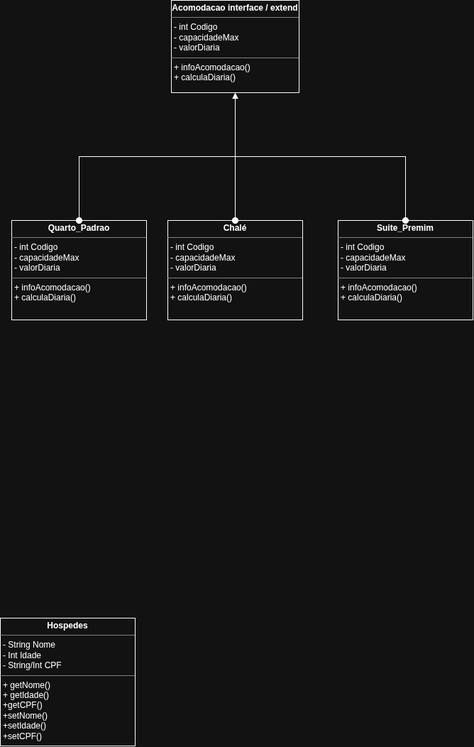
The draw.io diagram UML/HospeDjInn.drawio.png in Lucas-CC-UFFS/trabalho_2, before a commit. Source tidied: cells renumbered, new cells last; positions are measured from the earlier drawing's top-left corner, leaving out a move shared by most shapes.
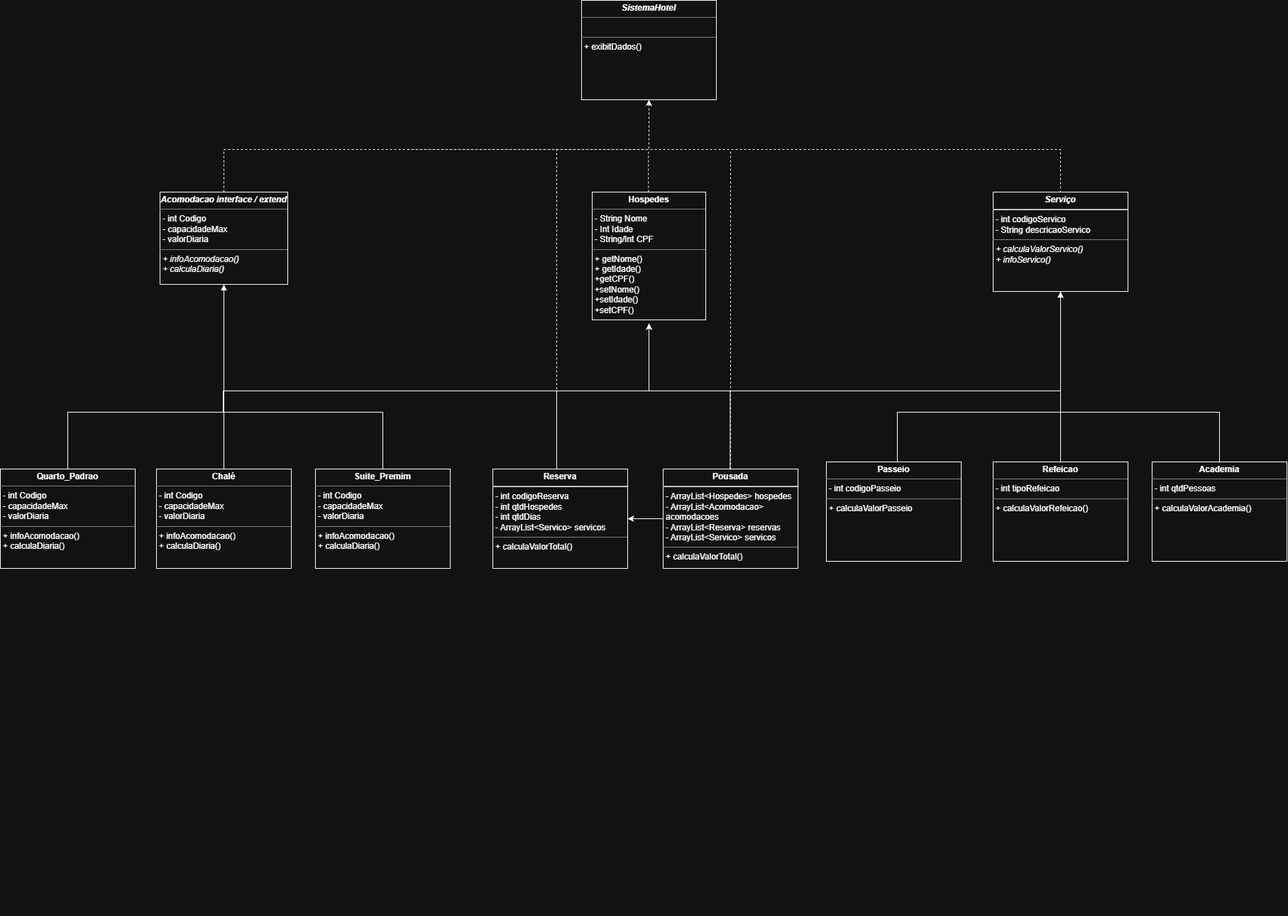
Above is the later version.

The edit, as a diff of the source:
```diff
@@ -3,28 +3,166 @@
     <mxCell id="0" />
     <mxCell id="1" parent="0" />
     <mxCell id="2" value="&lt;p style=&quot;margin:0px;margin-top:4px;text-align:center;&quot;&gt;&lt;b&gt;Hospedes&lt;/b&gt;&lt;/p&gt;&lt;hr size=&quot;1&quot; style=&quot;border-style:solid;&quot;&gt;&lt;p style=&quot;margin:0px;margin-left:4px;&quot;&gt;- String Nome&lt;br&gt;- Int Idade&lt;/p&gt;&lt;p style=&quot;margin:0px;margin-left:4px;&quot;&gt;- String/Int CPF&lt;/p&gt;&lt;hr size=&quot;1&quot; style=&quot;border-style:solid;&quot;&gt;&lt;p style=&quot;margin:0px;margin-left:4px;&quot;&gt;+ getNome()&lt;br&gt;+ getIdade()&lt;/p&gt;&lt;p style=&quot;margin:0px;margin-left:4px;&quot;&gt;+getCPF()&lt;/p&gt;&lt;p style=&quot;margin:0px;margin-left:4px;&quot;&gt;+setNome()&lt;/p&gt;&lt;p style=&quot;margin:0px;margin-left:4px;&quot;&gt;+setIdade()&lt;/p&gt;&lt;p style=&quot;margin:0px;margin-left:4px;&quot;&gt;+setCPF()&lt;/p&gt;" style="verticalAlign=top;align=left;overflow=fill;html=1;whiteSpace=wrap;" parent="1" vertex="1">
-      <mxGeometry y="870" width="190" height="180" as="geometry" />
+      <mxGeometry x="850" y="10" width="160" height="180" as="geometry" />
     </mxCell>
-    <mxCell id="3" value="&lt;p style=&quot;margin:0px;margin-top:4px;text-align:center;&quot;&gt;&lt;b&gt;Acomodacao interface / extend&lt;/b&gt;&lt;/p&gt;&lt;hr size=&quot;1&quot; style=&quot;border-style:solid;&quot;&gt;&lt;p style=&quot;margin:0px;margin-left:4px;&quot;&gt;- int Codigo&lt;br&gt;- capacidadeMax&lt;/p&gt;&lt;p style=&quot;margin:0px;margin-left:4px;&quot;&gt;- valorDiaria&lt;/p&gt;&lt;hr size=&quot;1&quot; style=&quot;border-style:solid;&quot;&gt;&lt;p style=&quot;margin:0px;margin-left:4px;&quot;&gt;+ infoAcomodacao()&lt;br&gt;+ calculaDiaria()&lt;/p&gt;" style="verticalAlign=top;align=left;overflow=fill;html=1;whiteSpace=wrap;" parent="1" vertex="1">
-      <mxGeometry x="241" width="180" height="130" as="geometry" />
+    <mxCell id="3" value="&lt;p style=&quot;margin:0px;margin-top:4px;text-align:center;&quot;&gt;&lt;b&gt;&lt;i&gt;Acomodacao interface / extend&lt;/i&gt;&lt;/b&gt;&lt;/p&gt;&lt;hr size=&quot;1&quot; style=&quot;border-style:solid;&quot;&gt;&lt;p style=&quot;margin:0px;margin-left:4px;&quot;&gt;- int Codigo&lt;br&gt;- capacidadeMax&lt;/p&gt;&lt;p style=&quot;margin:0px;margin-left:4px;&quot;&gt;- valorDiaria&lt;/p&gt;&lt;hr size=&quot;1&quot; style=&quot;border-style:solid;&quot;&gt;&lt;p style=&quot;margin:0px;margin-left:4px;&quot;&gt;&lt;i&gt;+ infoAcomodacao()&lt;br&gt;+ calculaDiaria()&lt;/i&gt;&lt;/p&gt;" style="verticalAlign=top;align=left;overflow=fill;html=1;whiteSpace=wrap;" parent="1" vertex="1">
+      <mxGeometry x="241" y="10" width="180" height="130" as="geometry" />
     </mxCell>
     <mxCell id="4" value="&lt;p style=&quot;margin:0px;margin-top:4px;text-align:center;&quot;&gt;&lt;b&gt;Quarto_Padrao&lt;/b&gt;&lt;/p&gt;&lt;hr size=&quot;1&quot; style=&quot;border-style:solid;&quot;&gt;&lt;p style=&quot;margin: 0px 0px 0px 4px;&quot;&gt;- int Codigo&lt;br&gt;- capacidadeMax&lt;/p&gt;&lt;p style=&quot;margin: 0px 0px 0px 4px;&quot;&gt;- valorDiaria&lt;/p&gt;&lt;hr size=&quot;1&quot; style=&quot;border-style:solid;&quot;&gt;&lt;p style=&quot;margin:0px;margin-left:4px;&quot;&gt;+ infoAcomodacao()&lt;br&gt;+ calculaDiaria()&lt;/p&gt;" style="verticalAlign=top;align=left;overflow=fill;html=1;whiteSpace=wrap;" parent="1" vertex="1">
-      <mxGeometry x="16" y="310" width="190" height="140" as="geometry" />
+      <mxGeometry x="16" y="400" width="190" height="140" as="geometry" />
     </mxCell>
-    <mxCell id="5" style="html=1;verticalAlign=bottom;startArrow=oval;startFill=1;endArrow=block;startSize=8;rounded=0;exitX=0.5;exitY=0;exitDx=0;exitDy=0;entryX=0.5;entryY=1;entryDx=0;entryDy=0;edgeStyle=orthogonalEdgeStyle;" parent="1" edge="1" source="4" target="3">
-      <mxGeometry relative="1" as="geometry" />
+    <mxCell id="5" style="html=1;verticalAlign=bottom;startArrow=none;startFill=0;endArrow=block;startSize=8;rounded=0;exitX=0.5;exitY=0;exitDx=0;exitDy=0;entryX=0.5;entryY=1;entryDx=0;entryDy=0;edgeStyle=orthogonalEdgeStyle;" parent="1" edge="1" source="4" target="3">
+      <mxGeometry relative="1" as="geometry">
+        <Array as="points">
+          <mxPoint x="111" y="320" />
+          <mxPoint x="331" y="320" />
+        </Array>
+      </mxGeometry>
     </mxCell>
     <mxCell id="6" value="&lt;p style=&quot;margin:0px;margin-top:4px;text-align:center;&quot;&gt;&lt;b&gt;Chalé&lt;/b&gt;&lt;/p&gt;&lt;hr size=&quot;1&quot; style=&quot;border-style:solid;&quot;&gt;&lt;p style=&quot;margin: 0px 0px 0px 4px;&quot;&gt;- int Codigo&lt;br&gt;- capacidadeMax&lt;/p&gt;&lt;p style=&quot;margin: 0px 0px 0px 4px;&quot;&gt;- valorDiaria&lt;/p&gt;&lt;hr size=&quot;1&quot; style=&quot;border-style:solid;&quot;&gt;&lt;p style=&quot;margin:0px;margin-left:4px;&quot;&gt;+ infoAcomodacao()&lt;br&gt;+ calculaDiaria()&lt;/p&gt;" style="verticalAlign=top;align=left;overflow=fill;html=1;whiteSpace=wrap;" parent="1" vertex="1">
-      <mxGeometry x="236" y="310" width="190" height="140" as="geometry" />
+      <mxGeometry x="236" y="400" width="190" height="140" as="geometry" />
     </mxCell>
-    <mxCell id="7" style="html=1;verticalAlign=bottom;startArrow=oval;startFill=1;endArrow=block;startSize=8;rounded=0;exitX=0.5;exitY=0;exitDx=0;exitDy=0;edgeStyle=orthogonalEdgeStyle;entryX=0.5;entryY=1;entryDx=0;entryDy=0;" parent="1" edge="1" source="6" target="3">
+    <mxCell id="7" style="html=1;verticalAlign=bottom;startArrow=none;startFill=0;endArrow=block;startSize=8;rounded=0;exitX=0.5;exitY=0;exitDx=0;exitDy=0;edgeStyle=orthogonalEdgeStyle;entryX=0.5;entryY=1;entryDx=0;entryDy=0;" parent="1" edge="1" source="6" target="3">
       <mxGeometry relative="1" as="geometry" />
     </mxCell>
     <mxCell id="8" value="&lt;p style=&quot;margin:0px;margin-top:4px;text-align:center;&quot;&gt;&lt;b&gt;Suite_Premim&lt;/b&gt;&lt;/p&gt;&lt;hr size=&quot;1&quot; style=&quot;border-style:solid;&quot;&gt;&lt;p style=&quot;margin: 0px 0px 0px 4px;&quot;&gt;- int Codigo&lt;br&gt;- capacidadeMax&lt;/p&gt;&lt;p style=&quot;margin: 0px 0px 0px 4px;&quot;&gt;- valorDiaria&lt;/p&gt;&lt;hr size=&quot;1&quot; style=&quot;border-style:solid;&quot;&gt;&lt;p style=&quot;margin:0px;margin-left:4px;&quot;&gt;+ infoAcomodacao()&lt;br&gt;+ calculaDiaria()&lt;/p&gt;" style="verticalAlign=top;align=left;overflow=fill;html=1;whiteSpace=wrap;" parent="1" vertex="1">
-      <mxGeometry x="476" y="310" width="190" height="140" as="geometry" />
+      <mxGeometry x="460" y="400" width="190" height="140" as="geometry" />
     </mxCell>
-    <mxCell id="9" style="html=1;verticalAlign=bottom;startArrow=oval;startFill=1;endArrow=block;startSize=8;rounded=0;exitX=0.5;exitY=0;exitDx=0;exitDy=0;edgeStyle=orthogonalEdgeStyle;entryX=0.5;entryY=1;entryDx=0;entryDy=0;" parent="1" edge="1" source="8" target="3">
-      <mxGeometry relative="1" as="geometry" />
+    <mxCell id="9" style="html=1;verticalAlign=bottom;startArrow=none;startFill=0;endArrow=block;startSize=8;rounded=0;exitX=0.5;exitY=0;exitDx=0;exitDy=0;edgeStyle=orthogonalEdgeStyle;entryX=0.5;entryY=1;entryDx=0;entryDy=0;" parent="1" edge="1" source="8" target="3">
+      <mxGeometry relative="1" as="geometry">
+        <Array as="points">
+          <mxPoint x="555" y="320" />
+          <mxPoint x="331" y="320" />
+        </Array>
+      </mxGeometry>
     </mxCell>
+    <mxCell id="10" value="&lt;p style=&quot;margin:0px;margin-top:4px;text-align:center;&quot;&gt;&lt;b&gt;&lt;i&gt;Serviço&lt;/i&gt;&lt;/b&gt;&lt;/p&gt;&lt;hr&gt;&lt;p style=&quot;margin: 0px 0px 0px 4px;&quot;&gt;- int codigoServico&lt;br&gt;&lt;/p&gt;&lt;p style=&quot;margin: 0px 0px 0px 4px;&quot;&gt;- String descricaoServico&lt;/p&gt;&lt;hr size=&quot;1&quot; style=&quot;border-style:solid;&quot;&gt;&lt;p style=&quot;margin:0px;margin-left:4px;&quot;&gt;&lt;i&gt;+ calculaValorServico()&lt;/i&gt;&lt;/p&gt;&lt;p style=&quot;margin:0px;margin-left:4px;&quot;&gt;&lt;i&gt;+ infoServico()&lt;/i&gt;&lt;/p&gt;" style="verticalAlign=top;align=left;overflow=fill;html=1;whiteSpace=wrap;" parent="1" vertex="1">
+      <mxGeometry x="1415" y="10" width="190" height="140" as="geometry" />
+    </mxCell>
+    <mxCell id="11" value="&lt;p style=&quot;margin:0px;margin-top:4px;text-align:center;&quot;&gt;&lt;b&gt;&lt;i&gt;SistemaHotel&lt;/i&gt;&lt;/b&gt;&lt;/p&gt;&lt;hr size=&quot;1&quot; style=&quot;border-style:solid;&quot;&gt;&lt;p style=&quot;margin: 0px 0px 0px 4px;&quot;&gt;&lt;br&gt;&lt;/p&gt;&lt;hr size=&quot;1&quot; style=&quot;border-style:solid;&quot;&gt;&lt;p style=&quot;margin:0px;margin-left:4px;&quot;&gt;+ exibitDados()&lt;/p&gt;" style="verticalAlign=top;align=left;overflow=fill;html=1;whiteSpace=wrap;" parent="1" vertex="1">
+      <mxGeometry x="835" y="-260" width="190" height="140" as="geometry" />
+    </mxCell>
+    <mxCell id="12" style="endArrow=classic;html=1;rounded=0;exitX=0.5;exitY=0;exitDx=0;exitDy=0;edgeStyle=orthogonalEdgeStyle;entryX=0.5;entryY=1;entryDx=0;entryDy=0;dashed=1;" parent="1" edge="1" source="3" target="11">
+      <mxGeometry relative="1" as="geometry">
+        <Array as="points">
+          <mxPoint x="331" y="-50" />
+          <mxPoint x="930" y="-50" />
+        </Array>
+      </mxGeometry>
+    </mxCell>
+    <mxCell id="13" style="endArrow=none;html=1;rounded=0;entryX=0.5;entryY=0;entryDx=0;entryDy=0;dashed=1;edgeStyle=orthogonalEdgeStyle;" parent="1" edge="1">
+      <mxGeometry relative="1" as="geometry">
+        <mxPoint x="590" y="-50" as="sourcePoint" />
+        <mxPoint x="1490" y="10" as="targetPoint" />
+        <Array as="points">
+          <mxPoint x="1510" y="-50" />
+          <mxPoint x="1510" y="10" />
+        </Array>
+      </mxGeometry>
+    </mxCell>
+    <mxCell id="14" value="&lt;p style=&quot;margin:0px;margin-top:4px;text-align:center;&quot;&gt;&lt;b&gt;Passeio&lt;/b&gt;&lt;/p&gt;&lt;hr size=&quot;1&quot; style=&quot;border-style:solid;&quot;&gt;&lt;p style=&quot;margin: 0px 0px 0px 4px;&quot;&gt;- int codigoPasseio&lt;/p&gt;&lt;hr size=&quot;1&quot; style=&quot;border-style:solid;&quot;&gt;&lt;p style=&quot;margin:0px;margin-left:4px;&quot;&gt;+ calculaValorPasseio&lt;/p&gt;" style="verticalAlign=top;align=left;overflow=fill;html=1;whiteSpace=wrap;" parent="1" vertex="1">
+      <mxGeometry x="1180" y="390" width="190" height="140" as="geometry" />
+    </mxCell>
+    <mxCell id="15" style="html=1;verticalAlign=bottom;startArrow=none;startFill=0;endArrow=none;startSize=8;rounded=0;edgeStyle=orthogonalEdgeStyle;endFill=0;" parent="1" edge="1">
+      <mxGeometry relative="1" as="geometry">
+        <mxPoint x="1280" y="390" as="sourcePoint" />
+        <mxPoint x="1520" y="320" as="targetPoint" />
+        <Array as="points">
+          <mxPoint x="1280" y="320" />
+          <mxPoint x="1500" y="320" />
+        </Array>
+      </mxGeometry>
+    </mxCell>
+    <mxCell id="16" value="&lt;p style=&quot;margin:0px;margin-top:4px;text-align:center;&quot;&gt;&lt;b&gt;Refeicao&lt;/b&gt;&lt;/p&gt;&lt;hr size=&quot;1&quot; style=&quot;border-style:solid;&quot;&gt;&lt;p style=&quot;margin: 0px 0px 0px 4px;&quot;&gt;- int tipoRefeicao&lt;/p&gt;&lt;hr size=&quot;1&quot; style=&quot;border-style:solid;&quot;&gt;&lt;p style=&quot;margin:0px;margin-left:4px;&quot;&gt;+ calculaValorRefeicao()&lt;/p&gt;" style="verticalAlign=top;align=left;overflow=fill;html=1;whiteSpace=wrap;" parent="1" vertex="1">
+      <mxGeometry x="1415" y="390" width="190" height="140" as="geometry" />
+    </mxCell>
+    <mxCell id="17" style="html=1;verticalAlign=bottom;startArrow=none;startFill=0;endArrow=classic;startSize=8;rounded=0;exitX=0.5;exitY=0;exitDx=0;exitDy=0;edgeStyle=orthogonalEdgeStyle;entryX=0.5;entryY=1;entryDx=0;entryDy=0;endFill=1;" parent="1" edge="1" source="16" target="10">
+      <mxGeometry relative="1" as="geometry" />
+    </mxCell>
+    <mxCell id="18" value="&lt;p style=&quot;margin:0px;margin-top:4px;text-align:center;&quot;&gt;&lt;b&gt;Academia&lt;/b&gt;&lt;/p&gt;&lt;hr size=&quot;1&quot; style=&quot;border-style:solid;&quot;&gt;&lt;p style=&quot;margin: 0px 0px 0px 4px;&quot;&gt;- int qtdPessoas&lt;/p&gt;&lt;hr size=&quot;1&quot; style=&quot;border-style:solid;&quot;&gt;&lt;p style=&quot;margin:0px;margin-left:4px;&quot;&gt;+ calculaValorAcademia()&lt;/p&gt;" style="verticalAlign=top;align=left;overflow=fill;html=1;whiteSpace=wrap;" parent="1" vertex="1">
+      <mxGeometry x="1639" y="390" width="190" height="140" as="geometry" />
+    </mxCell>
+    <mxCell id="19" style="html=1;verticalAlign=bottom;startArrow=none;startFill=0;endArrow=block;startSize=8;rounded=0;exitX=0.5;exitY=0;exitDx=0;exitDy=0;edgeStyle=orthogonalEdgeStyle;entryX=0.5;entryY=1;entryDx=0;entryDy=0;" parent="1" edge="1" source="18" target="10">
+      <mxGeometry relative="1" as="geometry">
+        <Array as="points">
+          <mxPoint x="1734" y="320" />
+          <mxPoint x="1510" y="320" />
+        </Array>
+      </mxGeometry>
+    </mxCell>
+    <mxCell id="20" style="edgeStyle=orthogonalEdgeStyle;rounded=0;orthogonalLoop=1;jettySize=auto;html=1;endArrow=none;endFill=0;" parent="1" edge="1">
+      <mxGeometry relative="1" as="geometry">
+        <mxPoint x="330" y="320" as="sourcePoint" />
+        <mxPoint x="1510" y="290" as="targetPoint" />
+        <Array as="points">
+          <mxPoint x="330" y="300" />
+          <mxPoint x="330" y="290" />
+        </Array>
+      </mxGeometry>
+    </mxCell>
+    <mxCell id="21" style="edgeStyle=orthogonalEdgeStyle;rounded=0;orthogonalLoop=1;jettySize=auto;html=1;exitX=0.5;exitY=0;exitDx=0;exitDy=0;endArrow=classic;endFill=1;startArrow=none;startFill=0;" parent="1" edge="1">
+      <mxGeometry relative="1" as="geometry">
+        <mxPoint x="800" y="400" as="sourcePoint" />
+        <mxPoint x="930" y="195" as="targetPoint" />
+        <Array as="points">
+          <mxPoint x="800" y="290" />
+          <mxPoint x="930" y="290" />
+          <mxPoint x="930" y="195" />
+        </Array>
+      </mxGeometry>
+    </mxCell>
+    <mxCell id="22" value="&lt;p style=&quot;margin:0px;margin-top:4px;text-align:center;&quot;&gt;&lt;b&gt;Reserva&lt;/b&gt;&lt;/p&gt;&lt;hr&gt;&lt;p style=&quot;margin: 0px 0px 0px 4px;&quot;&gt;- int codigoReserva&lt;br&gt;&lt;/p&gt;&lt;p style=&quot;margin: 0px 0px 0px 4px;&quot;&gt;- int qtdHospedes&lt;/p&gt;&lt;p style=&quot;margin: 0px 0px 0px 4px;&quot;&gt;- int qtdDias&lt;/p&gt;&lt;p style=&quot;margin: 0px 0px 0px 4px;&quot;&gt;- ArrayList&amp;lt;Servico&amp;gt; servicos&lt;/p&gt;&lt;hr size=&quot;1&quot; style=&quot;border-style:solid;&quot;&gt;&lt;p style=&quot;margin:0px;margin-left:4px;&quot;&gt;+ calculaValorTotal()&lt;/p&gt;" style="verticalAlign=top;align=left;overflow=fill;html=1;whiteSpace=wrap;" parent="1" vertex="1">
+      <mxGeometry x="710" y="400" width="190" height="140" as="geometry" />
+    </mxCell>
+    <mxCell id="23" style="edgeStyle=none;rounded=0;jettySize=auto;html=1;exitX=0.5;exitY=0;exitDx=0;exitDy=0;endArrow=none;endFill=0;dashed=1;" parent="1" edge="1" source="26">
+      <mxGeometry relative="1" as="geometry">
+        <mxPoint x="1045" y="-50" as="targetPoint" />
+      </mxGeometry>
+    </mxCell>
+    <mxCell id="24" style="edgeStyle=none;rounded=0;orthogonalLoop=1;jettySize=auto;html=1;exitX=0.25;exitY=0;exitDx=0;exitDy=0;endArrow=none;endFill=0;" parent="1" edge="1">
+      <mxGeometry relative="1" as="geometry">
+        <mxPoint x="1044.3" y="400" as="sourcePoint" />
+        <mxPoint x="1044.5" y="290" as="targetPoint" />
+      </mxGeometry>
+    </mxCell>
+    <mxCell id="25" style="edgeStyle=none;rounded=0;jettySize=auto;html=1;exitX=0;exitY=0.5;exitDx=0;exitDy=0;entryX=1;entryY=0.5;entryDx=0;entryDy=0;" parent="1" edge="1" source="26" target="22">
+      <mxGeometry relative="1" as="geometry" />
+    </mxCell>
+    <mxCell id="26" value="&lt;p style=&quot;margin:0px;margin-top:4px;text-align:center;&quot;&gt;&lt;b&gt;Pousada&lt;/b&gt;&lt;/p&gt;&lt;hr&gt;&lt;p style=&quot;margin: 0px 0px 0px 4px;&quot;&gt;- ArrayList&amp;lt;Hospedes&amp;gt; hospedes&lt;br&gt;&lt;/p&gt;&lt;p style=&quot;margin: 0px 0px 0px 4px;&quot;&gt;- ArrayList&amp;lt;Acomodacao&amp;gt; acomodacoes&lt;/p&gt;&lt;p style=&quot;margin: 0px 0px 0px 4px;&quot;&gt;- ArrayList&amp;lt;Reserva&amp;gt; reservas&lt;/p&gt;&lt;p style=&quot;margin: 0px 0px 0px 4px;&quot;&gt;- ArrayList&amp;lt;Servico&amp;gt; servicos&lt;/p&gt;&lt;hr size=&quot;1&quot; style=&quot;border-style:solid;&quot;&gt;&lt;p style=&quot;margin:0px;margin-left:4px;&quot;&gt;+ calculaValorTotal()&lt;/p&gt;" style="verticalAlign=top;align=left;overflow=fill;html=1;whiteSpace=wrap;" parent="1" vertex="1">
+      <mxGeometry x="950" y="400" width="190" height="140" as="geometry" />
+    </mxCell>
+    <mxCell id="27" style="edgeStyle=none;rounded=0;orthogonalLoop=1;jettySize=auto;html=1;exitX=0.5;exitY=0;exitDx=0;exitDy=0;endArrow=none;endFill=0;dashed=1;" parent="1" edge="1">
+      <mxGeometry relative="1" as="geometry">
+        <mxPoint x="929.3" y="10" as="sourcePoint" />
+        <mxPoint x="929.3" y="-50" as="targetPoint" />
+        <Array as="points">
+          <mxPoint x="929.3" y="-20" />
+        </Array>
+      </mxGeometry>
+    </mxCell>
+    <mxCell id="28" style="edgeStyle=none;rounded=0;orthogonalLoop=1;jettySize=auto;html=1;exitX=0.5;exitY=0;exitDx=0;exitDy=0;endArrow=none;endFill=0;dashed=1;" parent="1" edge="1">
+      <mxGeometry relative="1" as="geometry">
+        <mxPoint x="800" y="390" as="sourcePoint" />
+        <mxPoint x="800" y="-50" as="targetPoint" />
+      </mxGeometry>
+    </mxCell>
+    <mxCell id="29" style="edgeStyle=none;rounded=0;orthogonalLoop=1;jettySize=auto;html=1;exitX=0;exitY=0.3333333333333333;exitDx=0;exitDy=0;exitPerimeter=0;" parent="1" edge="1">
+      <mxGeometry relative="1" as="geometry">
+        <mxPoint x="560" y="1020" as="sourcePoint" />
+        <mxPoint x="560" y="1020" as="targetPoint" />
+      </mxGeometry>
+    </mxCell>
+    <mxCell id="30" style="edgeStyle=none;rounded=0;orthogonalLoop=1;jettySize=auto;html=1;exitX=0;exitY=0.3333333333333333;exitDx=0;exitDy=0;exitPerimeter=0;" parent="1" edge="1">
+      <mxGeometry relative="1" as="geometry">
+        <mxPoint x="560" y="1020" as="sourcePoint" />
+        <mxPoint x="560" y="1020" as="targetPoint" />
+      </mxGeometry>
+    </mxCell>
+    <mxCell id="31" style="edgeStyle=none;rounded=0;orthogonalLoop=1;jettySize=auto;html=1;exitX=0;exitY=0.3333333333333333;exitDx=0;exitDy=0;exitPerimeter=0;startArrow=async;startFill=0;" parent="1" edge="1">
+      <mxGeometry relative="1" as="geometry">
+        <mxPoint x="560" y="1020" as="sourcePoint" />
+        <mxPoint x="560" y="1020" as="targetPoint" />
+      </mxGeometry>
+    </mxCell>
   </root>
 </mxGraphModel>
```
